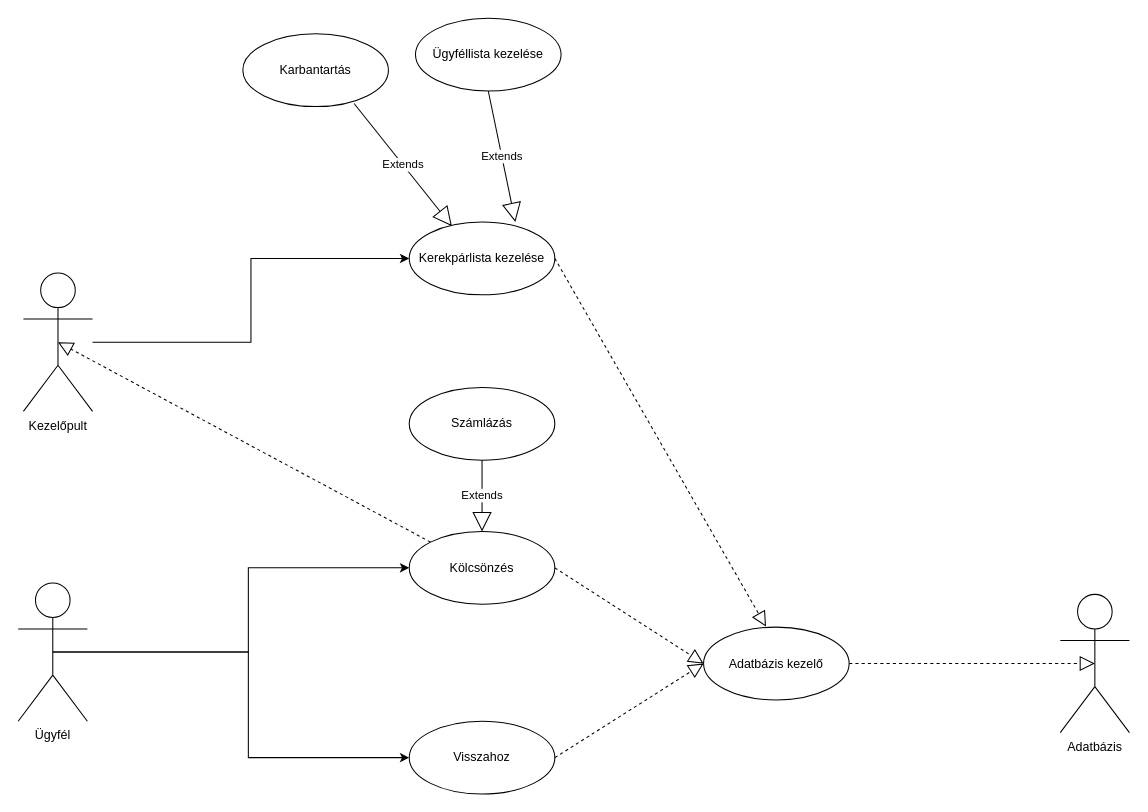
Above: Untitled Diagram.drawio in kocsist-git/UML (draw.io), before the change. Source tidied: cells renumbered, new cells numbered last; positions are measured from the earlier drawing's top-left corner, leaving out a move shared by most shapes. Both pictures are drawn from the tidied source at 104%, with x=0, y=0 at pixel (18, 18).
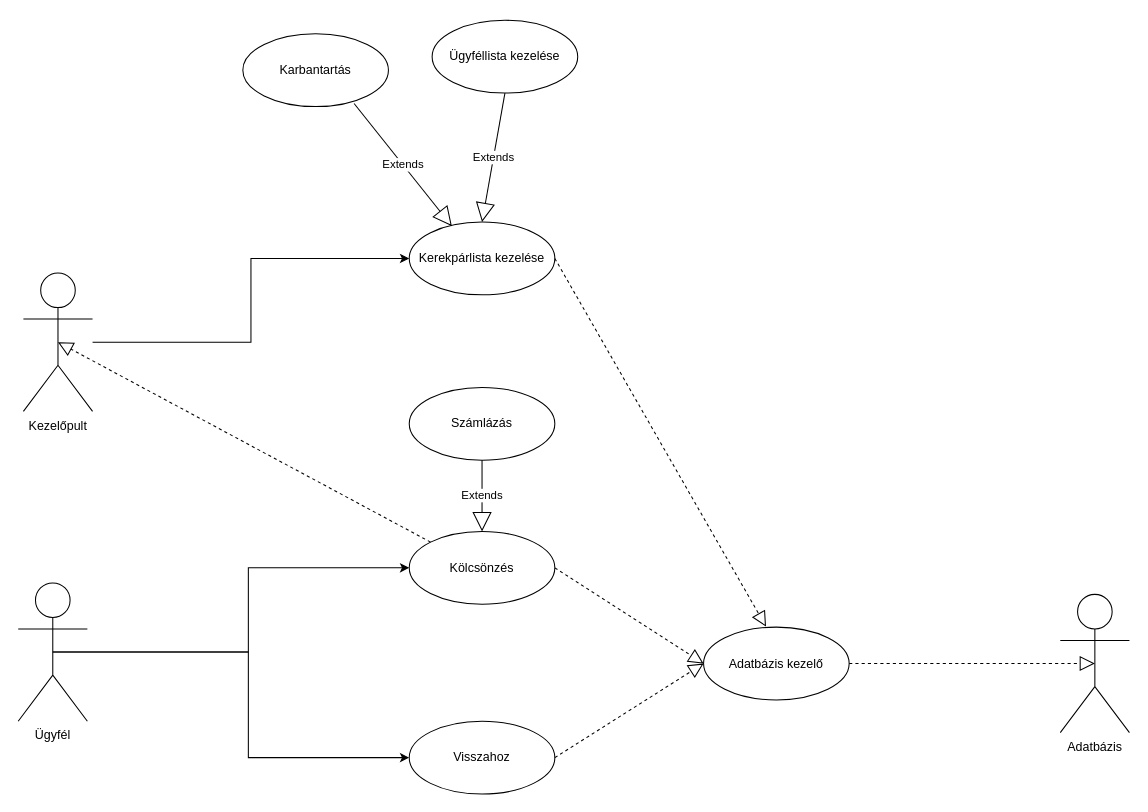
The same diagram, later.

The change refers to these unchanged cells:
```xml
<mxCell id="16" value="Kerekpárlista kezelése" style="ellipse;whiteSpace=wrap;html=1;" parent="1" vertex="1">
  <mxGeometry x="376" y="196" width="140" height="70" as="geometry" />
</mxCell>
```

The edit, as a diff of the source:
```diff
@@
     <mxCell id="18" value="Ügyféllista kezelése" style="ellipse;whiteSpace=wrap;html=1;" parent="1" vertex="1">
-      <mxGeometry x="382" width="140" height="70" as="geometry" />
+      <mxGeometry x="398" y="2" width="140" height="70" as="geometry" />
     </mxCell>
-    <mxCell id="19" value="Extends" style="endArrow=block;endSize=16;endFill=0;html=1;rounded=0;exitX=0.5;exitY=1;exitDx=0;exitDy=0;entryX=0.729;entryY=0;entryDx=0;entryDy=0;entryPerimeter=0;" parent="1" edge="1" source="18" target="16">
+    <mxCell id="19" value="Extends" style="endArrow=block;endSize=16;endFill=0;html=1;rounded=0;exitX=0.5;exitY=1;exitDx=0;exitDy=0;entryX=0.5;entryY=0;entryDx=0;entryDy=0;" parent="1" edge="1" source="18" target="16">
       <mxGeometry relative="1" as="geometry" />
     </mxCell>
```
